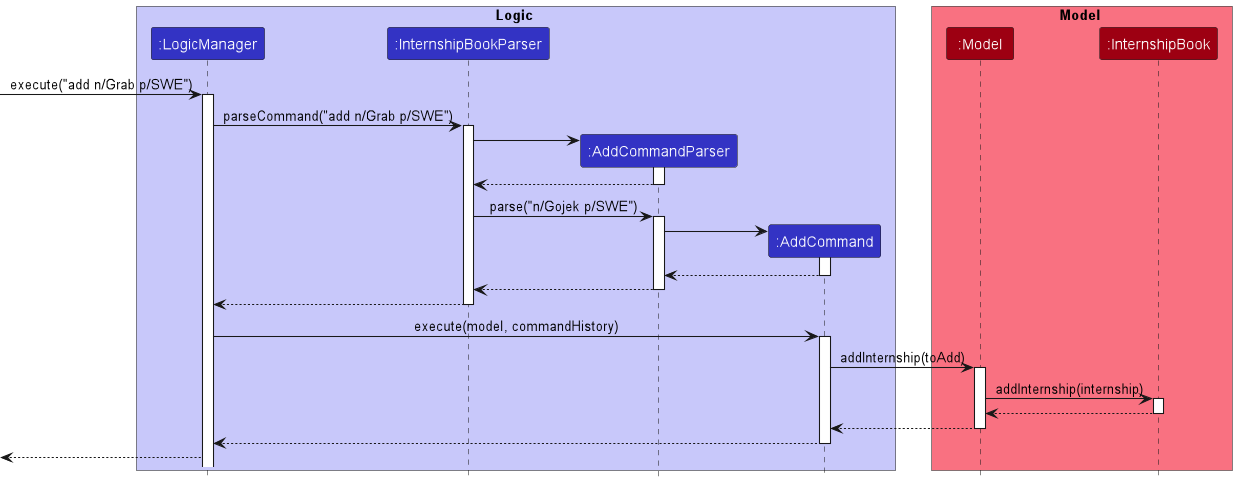
nus-cs2103-AY2223S1/tp keeps this PlantUML diagram as docs/images/AddSequenceDiagram.png. Above is the earlier version. Its source is kept beside it as docs/diagrams/AddSequenceDiagram.puml.
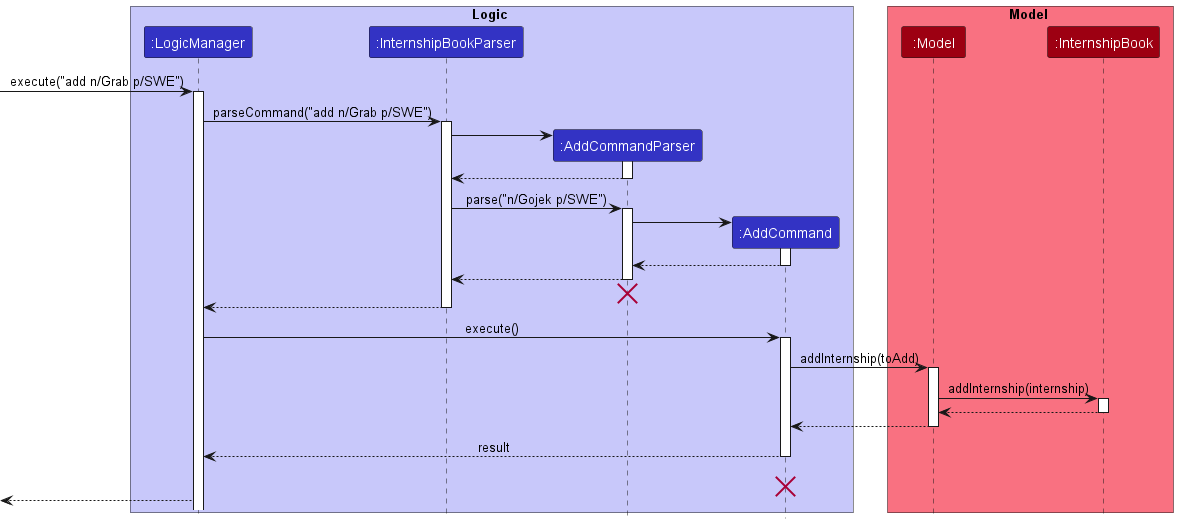
After the commit.

The edit, as a diff of the source:
```diff
@@ -37,10 +37,13 @@
 AddCommandParser --> InternshipBookParser
 deactivate AddCommandParser
 
+AddCommandParser -[hidden]-> InternshipBookParser
+destroy AddCommandParser
+
 InternshipBookParser --> LogicManager
 deactivate InternshipBookParser
 
-LogicManager -> AddCommand : execute(model, commandHistory)
+LogicManager -> AddCommand : execute()
 activate AddCommand
 
 AddCommand -> Model : addInternship(toAdd)
@@ -54,8 +57,11 @@
 Model --> AddCommand
 deactivate Model
 
-AddCommand --> LogicManager
+AddCommand --> LogicManager: result
 deactivate AddCommand
+
+AddCommand -[hidden]-> LogicManager: result
+destroy AddCommand
 
 [<--LogicManager
 @enduml
```
